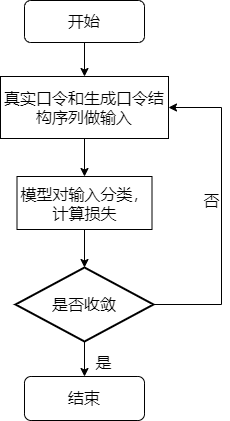
Above: seqgan-dis.drawio.png in lakomi/pictures (draw.io), before the change. Source tidied: cells renumbered, new cells last; positions are measured from the earlier drawing's top-left corner, leaving out a move shared by most shapes.
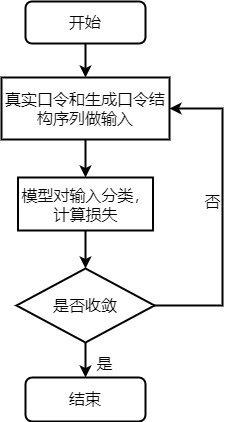
The same file after the commit.

What changed in the source:
```diff
@@ -2,25 +2,25 @@
   <root>
     <mxCell id="0" />
     <mxCell id="1" parent="0" />
-    <mxCell id="2" style="edgeStyle=orthogonalEdgeStyle;rounded=0;jettySize=auto;html=1;exitX=0.5;exitY=1;exitDx=0;exitDy=0;fontSize=16;" parent="1" edge="1" source="3" target="5">
+    <mxCell id="2" style="edgeStyle=orthogonalEdgeStyle;rounded=0;jettySize=auto;html=1;exitX=0.5;exitY=1;exitDx=0;exitDy=0;fontSize=16;strokeWidth=2;" parent="1" edge="1" source="3" target="5">
       <mxGeometry relative="1" as="geometry" />
     </mxCell>
-    <mxCell id="3" value="真实口令和生成口令结构序列做输入" style="rounded=0;whiteSpace=wrap;html=1;fontSize=16;" parent="1" vertex="1">
+    <mxCell id="3" value="真实口令和生成口令结构序列做输入" style="rounded=0;whiteSpace=wrap;html=1;fontSize=16;strokeWidth=2;" parent="1" vertex="1">
       <mxGeometry y="76" width="168" height="62" as="geometry" />
     </mxCell>
-    <mxCell id="4" style="edgeStyle=orthogonalEdgeStyle;rounded=0;jettySize=auto;html=1;exitX=0.5;exitY=1;exitDx=0;exitDy=0;entryX=0.5;entryY=0;entryDx=0;entryDy=0;entryPerimeter=0;fontSize=16;" parent="1" edge="1" source="5" target="10">
+    <mxCell id="4" style="edgeStyle=orthogonalEdgeStyle;rounded=0;jettySize=auto;html=1;exitX=0.5;exitY=1;exitDx=0;exitDy=0;entryX=0.5;entryY=0;entryDx=0;entryDy=0;entryPerimeter=0;fontSize=16;strokeWidth=2;" parent="1" edge="1" source="5" target="10">
       <mxGeometry relative="1" as="geometry" />
     </mxCell>
-    <mxCell id="5" value="模型对输入分类，计算损失" style="rounded=0;whiteSpace=wrap;html=1;fontSize=16;" parent="1" vertex="1">
+    <mxCell id="5" value="模型对输入分类，计算损失" style="rounded=0;whiteSpace=wrap;html=1;fontSize=16;strokeWidth=2;" parent="1" vertex="1">
       <mxGeometry x="16.5" y="176" width="135" height="53" as="geometry" />
     </mxCell>
-    <mxCell id="6" style="edgeStyle=orthogonalEdgeStyle;rounded=0;jettySize=auto;html=1;exitX=0.5;exitY=1;exitDx=0;exitDy=0;fontSize=16;" parent="1" edge="1" source="7" target="3">
+    <mxCell id="6" style="edgeStyle=orthogonalEdgeStyle;rounded=0;jettySize=auto;html=1;exitX=0.5;exitY=1;exitDx=0;exitDy=0;fontSize=16;strokeWidth=2;" parent="1" edge="1" source="7" target="3">
       <mxGeometry relative="1" as="geometry" />
     </mxCell>
-    <mxCell id="7" value="开始" style="rounded=1;whiteSpace=wrap;html=1;fontSize=16;" parent="1" vertex="1">
+    <mxCell id="7" value="开始" style="rounded=1;whiteSpace=wrap;html=1;fontSize=16;strokeWidth=2;" parent="1" vertex="1">
       <mxGeometry x="24" width="120" height="42" as="geometry" />
     </mxCell>
-    <mxCell id="8" style="edgeStyle=orthogonalEdgeStyle;rounded=0;jettySize=auto;html=1;exitX=1;exitY=0.5;exitDx=0;exitDy=0;exitPerimeter=0;entryX=1;entryY=0.5;entryDx=0;entryDy=0;fontSize=16;" parent="1" edge="1" source="10" target="3">
+    <mxCell id="8" style="edgeStyle=orthogonalEdgeStyle;rounded=0;jettySize=auto;html=1;exitX=1;exitY=0.5;exitDx=0;exitDy=0;exitPerimeter=0;entryX=1;entryY=0.5;entryDx=0;entryDy=0;fontSize=16;strokeWidth=2;" parent="1" edge="1" source="10" target="3">
       <mxGeometry relative="1" as="geometry">
         <Array as="points">
           <mxPoint x="221" y="304" />
@@ -28,19 +28,19 @@
         </Array>
       </mxGeometry>
     </mxCell>
-    <mxCell id="9" style="edgeStyle=orthogonalEdgeStyle;rounded=0;jettySize=auto;html=1;exitX=0.5;exitY=1;exitDx=0;exitDy=0;exitPerimeter=0;" parent="1" edge="1" source="10" target="13">
+    <mxCell id="9" style="edgeStyle=orthogonalEdgeStyle;rounded=0;jettySize=auto;html=1;exitX=0.5;exitY=1;exitDx=0;exitDy=0;exitPerimeter=0;strokeWidth=2;" parent="1" edge="1" source="10" target="13">
       <mxGeometry relative="1" as="geometry" />
     </mxCell>
     <mxCell id="10" value="是否收敛" style="strokeWidth=2;html=1;shape=mxgraph.flowchart.decision;whiteSpace=wrap;fontSize=16;" parent="1" vertex="1">
       <mxGeometry x="15" y="267" width="138" height="74" as="geometry" />
     </mxCell>
-    <mxCell id="11" value="是" style="text;html=1;align=center;verticalAlign=middle;strokeColor=none;fillColor=none;fontSize=16;" parent="1" vertex="1">
+    <mxCell id="11" value="是" style="text;html=1;align=center;verticalAlign=middle;strokeColor=none;fillColor=none;fontSize=16;strokeWidth=2;" parent="1" vertex="1">
       <mxGeometry x="90" y="350" width="26" height="23" as="geometry" />
     </mxCell>
-    <mxCell id="12" value="否" style="text;html=1;align=center;verticalAlign=middle;strokeColor=none;fillColor=none;fontSize=16;" parent="1" vertex="1">
+    <mxCell id="12" value="否" style="text;html=1;align=center;verticalAlign=middle;strokeColor=none;fillColor=none;fontSize=16;strokeWidth=2;" parent="1" vertex="1">
       <mxGeometry x="198" y="188" width="26" height="23" as="geometry" />
     </mxCell>
-    <mxCell id="13" value="结束" style="rounded=1;whiteSpace=wrap;html=1;fontSize=16;" parent="1" vertex="1">
+    <mxCell id="13" value="结束" style="rounded=1;whiteSpace=wrap;html=1;fontSize=16;strokeWidth=2;" parent="1" vertex="1">
       <mxGeometry x="24" y="376" width="120" height="44" as="geometry" />
     </mxCell>
   </root>
```
